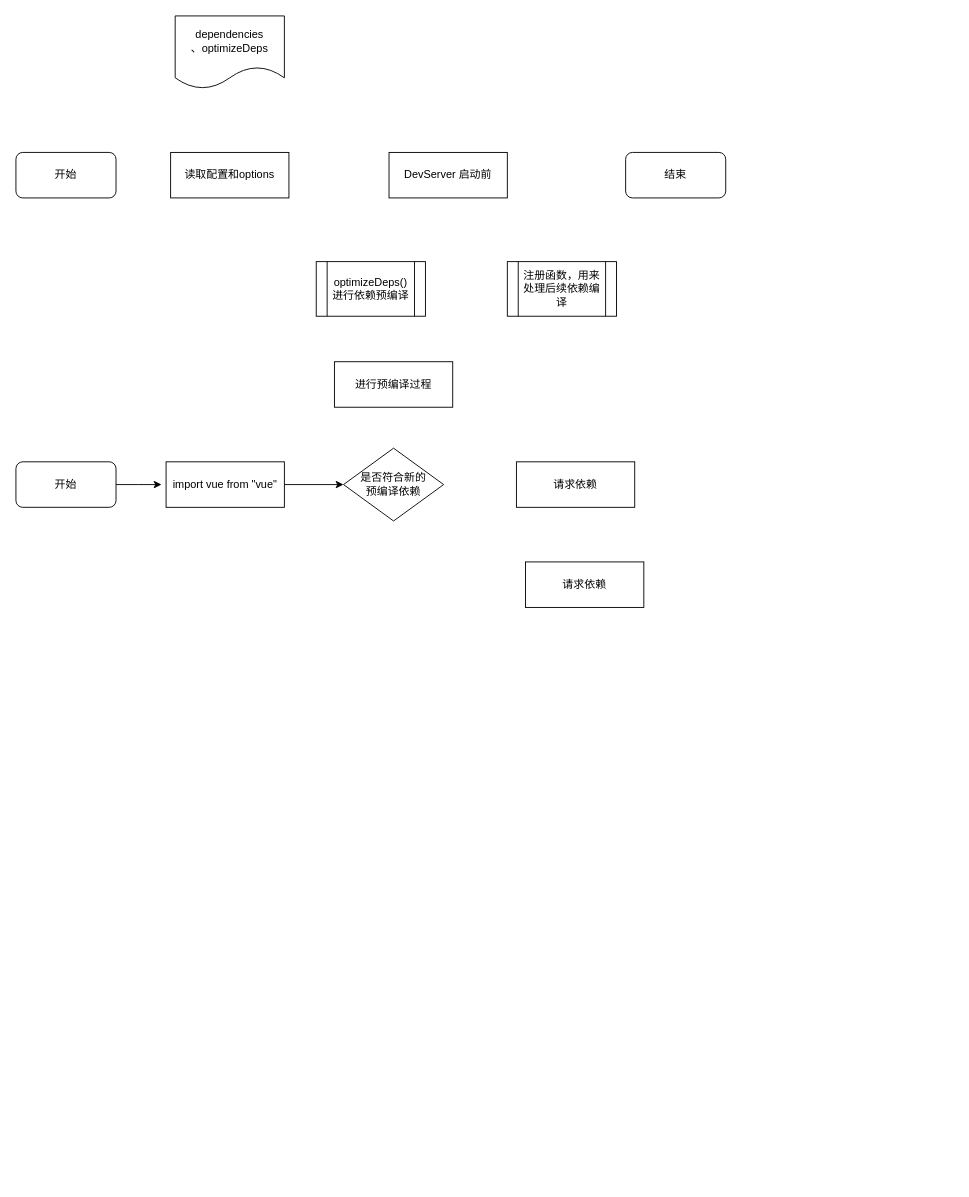
WJCHumble/graph-asserts keeps this draw.io diagram as vite-pre-bundling.drawio. Above is the earlier version. Source tidied: cells renumbered, new cells numbered last; positions are measured from the earlier drawing's top-left corner, leaving out a move shared by most shapes. Both pictures are drawn from the tidied source at 91%, with x=0, y=0 at pixel (15, 15).
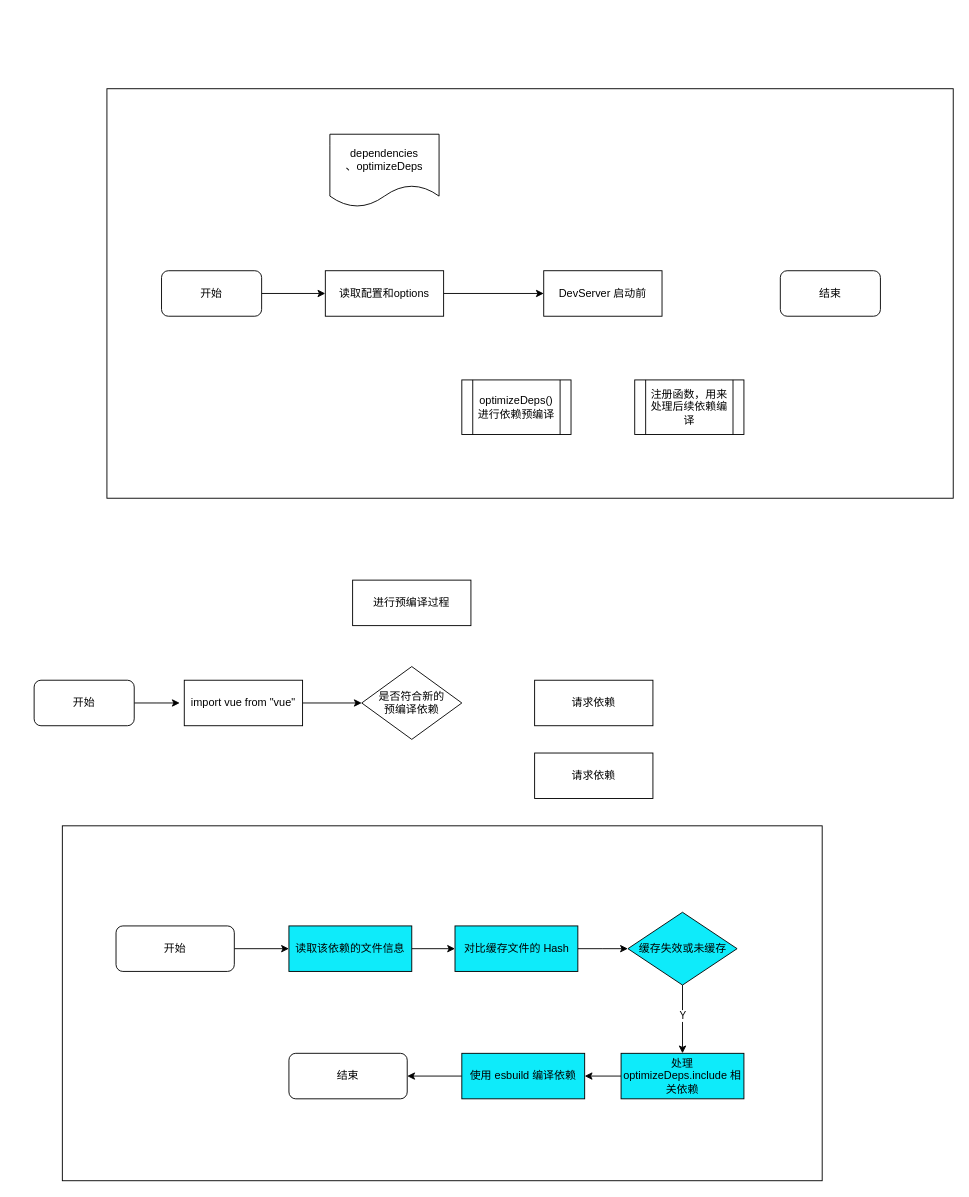
The same diagram, later.

What changed in the source:
```diff
@@
-    <mxCell id="2" value="开始" style="rounded=1;whiteSpace=wrap;html=1;" parent="1" vertex="1">
-      <mxGeometry y="150" width="110" height="50" as="geometry" />
-    </mxCell>
-    <mxCell id="3" value="读取配置和options" style="rounded=0;whiteSpace=wrap;html=1;" parent="1" vertex="1">
-      <mxGeometry x="170" y="150" width="130" height="50" as="geometry" />
-    </mxCell>
-    <mxCell id="4" value="dependencies&lt;br&gt;、optimizeDeps" style="shape=document;whiteSpace=wrap;html=1;boundedLbl=1;" parent="1" vertex="1">
-      <mxGeometry x="175" width="120" height="80" as="geometry" />
-    </mxCell>
-    <mxCell id="5" value="DevServer 启动前" style="rounded=0;whiteSpace=wrap;html=1;" parent="1" vertex="1">
-      <mxGeometry x="410" y="150" width="130" height="50" as="geometry" />
-    </mxCell>
-    <mxCell id="6" value="optimizeDeps() 进行依赖预编译" style="shape=process;whiteSpace=wrap;html=1;backgroundOutline=1;" parent="1" vertex="1">
-      <mxGeometry x="330" y="270" width="120" height="60" as="geometry" />
-    </mxCell>
-    <mxCell id="7" value="注册函数，用来处理后续依赖编译" style="shape=process;whiteSpace=wrap;html=1;backgroundOutline=1;" parent="1" vertex="1">
-      <mxGeometry x="540" y="270" width="120" height="60" as="geometry" />
-    </mxCell>
-    <mxCell id="8" value="结束" style="rounded=1;whiteSpace=wrap;html=1;" parent="1" vertex="1">
-      <mxGeometry x="670" y="150" width="110" height="50" as="geometry" />
-    </mxCell>
     <mxCell id="9" style="edgeStyle=orthogonalEdgeStyle;rounded=0;jettySize=auto;html=1;exitX=1;exitY=0.5;exitDx=0;exitDy=0;" parent="1" edge="1" source="10">
       <mxGeometry relative="1" as="geometry">
-        <mxPoint x="160" y="515" as="targetPoint" />
+        <mxPoint x="180" y="755" as="targetPoint" />
       </mxGeometry>
     </mxCell>
     <mxCell id="10" value="开始" style="rounded=1;whiteSpace=wrap;html=1;" parent="1" vertex="1">
-      <mxGeometry y="490" width="110" height="50" as="geometry" />
+      <mxGeometry x="20" y="730" width="110" height="50" as="geometry" />
     </mxCell>
@@
     <mxCell id="12" value="import vue from &quot;vue&quot;" style="rounded=0;whiteSpace=wrap;html=1;" parent="1" vertex="1">
-      <mxGeometry x="165" y="490" width="130" height="50" as="geometry" />
+      <mxGeometry x="185" y="730" width="130" height="50" as="geometry" />
     </mxCell>
     <mxCell id="13" value="请求依赖" style="rounded=0;whiteSpace=wrap;html=1;" parent="1" vertex="1">
-      <mxGeometry x="550" y="490" width="130" height="50" as="geometry" />
+      <mxGeometry x="570" y="730" width="130" height="50" as="geometry" />
     </mxCell>
     <mxCell id="14" value="是否符合新的&lt;br&gt;预编译依赖" style="rhombus;whiteSpace=wrap;html=1;" parent="1" vertex="1">
-      <mxGeometry x="360" y="475" width="110" height="80" as="geometry" />
+      <mxGeometry x="380" y="715" width="110" height="80" as="geometry" />
     </mxCell>
     <mxCell id="15" value="进行预编译过程" style="rounded=0;whiteSpace=wrap;html=1;" parent="1" vertex="1">
-      <mxGeometry x="350" y="380" width="130" height="50" as="geometry" />
+      <mxGeometry x="370" y="620" width="130" height="50" as="geometry" />
     </mxCell>
     <mxCell id="16" value="请求依赖" style="rounded=0;whiteSpace=wrap;html=1;" parent="1" vertex="1">
-      <mxGeometry x="560" y="600" width="130" height="50" as="geometry" />
+      <mxGeometry x="570" y="810" width="130" height="50" as="geometry" />
     </mxCell>
+    <mxCell id="17" style="rounded=0;whiteSpace=wrap;html=1;" parent="1" vertex="1">
+      <mxGeometry x="100" y="80" width="930" height="450" as="geometry" />
+    </mxCell>
+    <mxCell id="18" style="edgeStyle=orthogonalEdgeStyle;rounded=0;jettySize=auto;html=1;exitX=1;exitY=0.5;exitDx=0;exitDy=0;entryX=0;entryY=0.5;entryDx=0;entryDy=0;" parent="1" edge="1" source="19" target="3">
+      <mxGeometry relative="1" as="geometry" />
+    </mxCell>
+    <mxCell id="19" value="开始" style="rounded=1;whiteSpace=wrap;html=1;" parent="1" vertex="1">
+      <mxGeometry x="160" y="280" width="110" height="50" as="geometry" />
+    </mxCell>
+    <mxCell id="20" style="edgeStyle=orthogonalEdgeStyle;rounded=0;jettySize=auto;html=1;exitX=1;exitY=0.5;exitDx=0;exitDy=0;entryX=0;entryY=0.5;entryDx=0;entryDy=0;" parent="1" edge="1" source="3" target="5">
+      <mxGeometry relative="1" as="geometry" />
+    </mxCell>
+    <mxCell id="3" value="读取配置和options" style="rounded=0;whiteSpace=wrap;html=1;" parent="1" vertex="1">
+      <mxGeometry x="340" y="280" width="130" height="50" as="geometry" />
+    </mxCell>
+    <mxCell id="4" value="dependencies&lt;br&gt;、optimizeDeps" style="shape=document;whiteSpace=wrap;html=1;boundedLbl=1;" parent="1" vertex="1">
+      <mxGeometry x="345" y="130" width="120" height="80" as="geometry" />
+    </mxCell>
+    <mxCell id="5" value="DevServer 启动前" style="rounded=0;whiteSpace=wrap;html=1;" parent="1" vertex="1">
+      <mxGeometry x="580" y="280" width="130" height="50" as="geometry" />
+    </mxCell>
+    <mxCell id="6" value="optimizeDeps() 进行依赖预编译" style="shape=process;whiteSpace=wrap;html=1;backgroundOutline=1;" parent="1" vertex="1">
+      <mxGeometry x="490" y="400" width="120" height="60" as="geometry" />
+    </mxCell>
+    <mxCell id="7" value="注册函数，用来处理后续依赖编译" style="shape=process;whiteSpace=wrap;html=1;backgroundOutline=1;" parent="1" vertex="1">
+      <mxGeometry x="680" y="400" width="120" height="60" as="geometry" />
+    </mxCell>
+    <mxCell id="21" value="结束" style="rounded=1;whiteSpace=wrap;html=1;" parent="1" vertex="1">
+      <mxGeometry x="840" y="280" width="110" height="50" as="geometry" />
+    </mxCell>
+    <mxCell id="22" style="rounded=0;whiteSpace=wrap;html=1;" parent="1" vertex="1">
+      <mxGeometry x="51" y="890" width="835" height="390" as="geometry" />
+    </mxCell>
+    <mxCell id="23" style="edgeStyle=orthogonalEdgeStyle;rounded=0;jettySize=auto;html=1;exitX=1;exitY=0.5;exitDx=0;exitDy=0;entryX=0;entryY=0.5;entryDx=0;entryDy=0;" parent="1" edge="1" source="24" target="30">
+      <mxGeometry relative="1" as="geometry" />
+    </mxCell>
+    <mxCell id="24" value="读取该依赖的文件信息" style="rounded=0;whiteSpace=wrap;html=1;fillColor=#0EEBFA;" parent="1" vertex="1">
+      <mxGeometry x="300" y="1000" width="135" height="50" as="geometry" />
+    </mxCell>
+    <mxCell id="25" style="edgeStyle=orthogonalEdgeStyle;rounded=0;jettySize=auto;html=1;exitX=0;exitY=0.5;exitDx=0;exitDy=0;entryX=1;entryY=0.5;entryDx=0;entryDy=0;" parent="1" edge="1" source="26" target="33">
+      <mxGeometry relative="1" as="geometry" />
+    </mxCell>
+    <mxCell id="26" value="使用 esbuild 编译依赖" style="rounded=0;whiteSpace=wrap;html=1;fillColor=#0EEBFA;" parent="1" vertex="1">
+      <mxGeometry x="490" y="1140" width="135" height="50" as="geometry" />
+    </mxCell>
+    <mxCell id="27" style="edgeStyle=orthogonalEdgeStyle;rounded=0;jettySize=auto;html=1;exitX=0;exitY=0.5;exitDx=0;exitDy=0;entryX=1;entryY=0.5;entryDx=0;entryDy=0;" parent="1" edge="1" source="28" target="26">
+      <mxGeometry relative="1" as="geometry" />
+    </mxCell>
+    <mxCell id="28" value="处理 optimizeDeps.include 相关依赖" style="rounded=0;whiteSpace=wrap;html=1;fillColor=#0EEBFA;" parent="1" vertex="1">
+      <mxGeometry x="665" y="1140" width="135" height="50" as="geometry" />
+    </mxCell>
+    <mxCell id="29" style="edgeStyle=orthogonalEdgeStyle;rounded=0;jettySize=auto;html=1;exitX=1;exitY=0.5;exitDx=0;exitDy=0;entryX=0;entryY=0.5;entryDx=0;entryDy=0;" parent="1" edge="1" source="30">
+      <mxGeometry relative="1" as="geometry">
+        <mxPoint x="672.5" y="1025" as="targetPoint" />
+      </mxGeometry>
+    </mxCell>
+    <mxCell id="30" value="对比缓存文件的 Hash" style="rounded=0;whiteSpace=wrap;html=1;fillColor=#0EEBFA;" parent="1" vertex="1">
+      <mxGeometry x="482.5" y="1000" width="135" height="50" as="geometry" />
+    </mxCell>
+    <mxCell id="31" style="edgeStyle=orthogonalEdgeStyle;rounded=0;jettySize=auto;html=1;exitX=1;exitY=0.5;exitDx=0;exitDy=0;entryX=0;entryY=0.5;entryDx=0;entryDy=0;" parent="1" edge="1" source="32" target="24">
+      <mxGeometry relative="1" as="geometry" />
+    </mxCell>
+    <mxCell id="32" value="开始" style="rounded=1;whiteSpace=wrap;html=1;" parent="1" vertex="1">
+      <mxGeometry x="110" y="1000" width="130" height="50" as="geometry" />
+    </mxCell>
+    <mxCell id="33" value="结束" style="rounded=1;whiteSpace=wrap;html=1;" parent="1" vertex="1">
+      <mxGeometry x="300" y="1140" width="130" height="50" as="geometry" />
+    </mxCell>
+    <mxCell id="34" style="edgeStyle=orthogonalEdgeStyle;rounded=0;jettySize=auto;html=1;entryX=0.5;entryY=0;entryDx=0;entryDy=0;" parent="1" edge="1" source="36" target="28">
+      <mxGeometry relative="1" as="geometry" />
+    </mxCell>
+    <mxCell id="35" value="Y" style="edgeLabel;html=1;align=center;verticalAlign=middle;" parent="34" vertex="1">
+      <mxGeometry x="-0.12" relative="1" as="geometry" />
+    </mxCell>
+    <mxCell id="36" value="&lt;span&gt;缓存失效或未缓存&lt;/span&gt;" style="rhombus;whiteSpace=wrap;html=1;fillColor=#0EEBFA;" parent="1" vertex="1">
+      <mxGeometry x="672.5" y="985" width="120" height="80" as="geometry" />
+    </mxCell>
```
